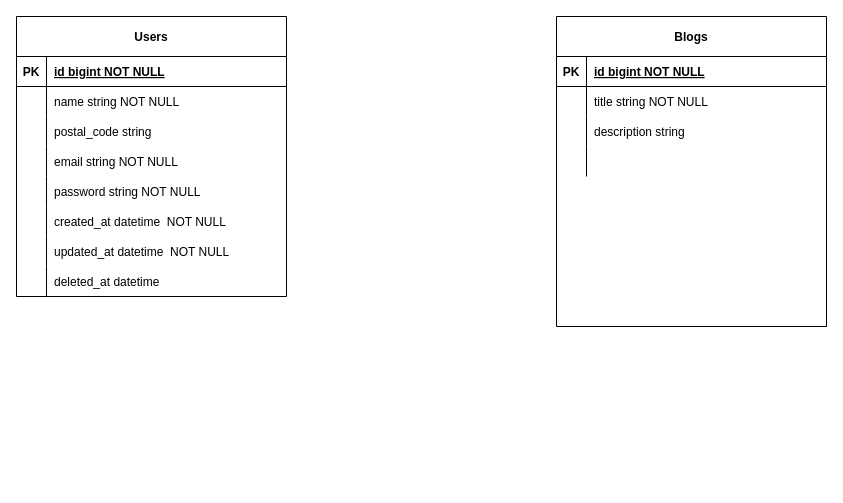
Above: docs/changeable.drawio in takeruun/changeable-blog-api (draw.io), before the change. Source tidied: cells renumbered, new cells numbered last; positions are measured from the earlier drawing's top-left corner, leaving out a move shared by most shapes. Both pictures are drawn from the tidied source at 100%, with x=0, y=0 at pixel (16, 16).
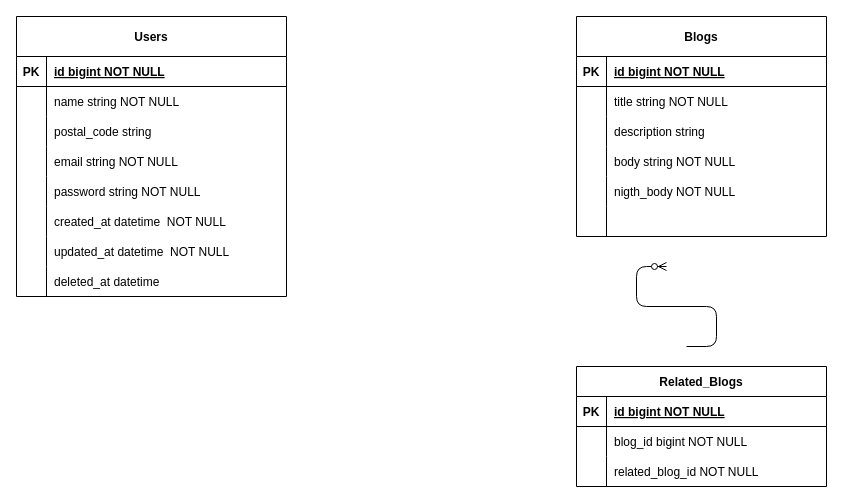
The same page after the edit.

The edit, as a diff of the source:
```diff
@@
     <mxCell id="27" value="Blogs" style="shape=table;startSize=40;childLayout=tableLayout;rowLines=0;fontStyle=1;align=center;" parent="1" vertex="1">
-      <mxGeometry x="540" width="270" height="310" as="geometry" />
+      <mxGeometry x="560" width="250" height="220" as="geometry" />
     </mxCell>
     <mxCell id="28" style="shape=partialRectangle;fillColor=none;top=0;left=0;right=0;bottom=1;" parent="27" vertex="1">
-      <mxGeometry y="40" width="270" height="30" as="geometry" />
+      <mxGeometry y="40" width="250" height="30" as="geometry" />
     </mxCell>
@@
     <mxCell id="30" value="id bigint NOT NULL " style="shape=partialRectangle;overflow=hidden;fillColor=none;top=0;left=0;bottom=0;right=0;align=left;spacingLeft=6;fontStyle=5;" parent="28" vertex="1">
-      <mxGeometry x="30" width="240" height="30" as="geometry" />
+      <mxGeometry x="30" width="220" height="30" as="geometry" />
     </mxCell>
     <mxCell id="31" style="shape=partialRectangle;fillColor=none;top=0;left=0;right=0;bottom=0;" parent="27" vertex="1">
-      <mxGeometry y="70" width="270" height="30" as="geometry" />
+      <mxGeometry y="70" width="250" height="30" as="geometry" />
     </mxCell>
@@
     <mxCell id="33" value="title string NOT NULL" style="shape=partialRectangle;overflow=hidden;fillColor=none;top=0;left=0;bottom=0;right=0;align=left;spacingLeft=6;" parent="31" vertex="1">
-      <mxGeometry x="30" width="240" height="30" as="geometry" />
+      <mxGeometry x="30" width="220" height="30" as="geometry" />
     </mxCell>
     <mxCell id="34" style="shape=partialRectangle;fillColor=none;top=0;left=0;right=0;bottom=0;" parent="27" vertex="1">
-      <mxGeometry y="100" width="270" height="30" as="geometry" />
+      <mxGeometry y="100" width="250" height="30" as="geometry" />
     </mxCell>
@@
     <mxCell id="36" value="description string" style="shape=partialRectangle;overflow=hidden;fillColor=none;top=0;left=0;bottom=0;right=0;align=left;spacingLeft=6;" parent="34" vertex="1">
-      <mxGeometry x="30" width="240" height="30" as="geometry" />
+      <mxGeometry x="30" width="220" height="30" as="geometry" />
     </mxCell>
     <mxCell id="37" style="shape=partialRectangle;fillColor=none;top=0;left=0;right=0;bottom=0;" parent="27" vertex="1">
-      <mxGeometry y="130" width="270" height="30" as="geometry" />
+      <mxGeometry y="130" width="250" height="30" as="geometry" />
     </mxCell>
@@
-    <mxCell id="39" style="shape=partialRectangle;overflow=hidden;fillColor=none;top=0;left=0;bottom=0;right=0;align=left;spacingLeft=6;" parent="37" vertex="1">
-      <mxGeometry x="30" width="240" height="30" as="geometry" />
+    <mxCell id="39" value="body string NOT NULL" style="shape=partialRectangle;overflow=hidden;fillColor=none;top=0;left=0;bottom=0;right=0;align=left;spacingLeft=6;" parent="37" vertex="1">
+      <mxGeometry x="30" width="220" height="30" as="geometry" />
     </mxCell>
+    <mxCell id="40" style="shape=partialRectangle;fillColor=none;top=0;left=0;right=0;bottom=0;" parent="27" vertex="1">
+      <mxGeometry y="160" width="250" height="30" as="geometry" />
+    </mxCell>
+    <mxCell id="41" style="shape=partialRectangle;overflow=hidden;fillColor=none;top=0;left=0;bottom=0;right=0;" parent="40" vertex="1">
+      <mxGeometry width="30" height="30" as="geometry" />
+    </mxCell>
+    <mxCell id="42" value="nigth_body NOT NULL" style="shape=partialRectangle;overflow=hidden;fillColor=none;top=0;left=0;bottom=0;right=0;align=left;spacingLeft=6;" parent="40" vertex="1">
+      <mxGeometry x="30" width="220" height="30" as="geometry" />
+    </mxCell>
+    <mxCell id="43" style="shape=partialRectangle;fillColor=none;top=0;left=0;right=0;bottom=0;" parent="27" vertex="1">
+      <mxGeometry y="190" width="250" height="30" as="geometry" />
+    </mxCell>
+    <mxCell id="44" style="shape=partialRectangle;overflow=hidden;fillColor=none;top=0;left=0;bottom=0;right=0;" parent="43" vertex="1">
+      <mxGeometry width="30" height="30" as="geometry" />
+    </mxCell>
+    <mxCell id="45" style="shape=partialRectangle;overflow=hidden;fillColor=none;top=0;left=0;bottom=0;right=0;align=left;spacingLeft=6;" parent="43" vertex="1">
+      <mxGeometry x="30" width="220" height="30" as="geometry" />
+    </mxCell>
+    <mxCell id="46" value="Related_Blogs" style="shape=table;startSize=30;childLayout=tableLayout;rowLines=0;fontStyle=1;align=center;" parent="1" vertex="1">
+      <mxGeometry x="560" y="350" width="250" height="120" as="geometry" />
+    </mxCell>
+    <mxCell id="47" style="shape=tableRow;horizontal=0;startSize=0;swimlaneHead=0;swimlaneBody=0;fillColor=none;top=0;left=0;right=0;bottom=1;" parent="46" vertex="1">
+      <mxGeometry y="30" width="250" height="30" as="geometry" />
+    </mxCell>
+    <mxCell id="48" value="PK" style="shape=partialRectangle;fillColor=none;top=0;left=0;bottom=0;right=0;fontStyle=1;overflow=hidden;" parent="47" vertex="1">
+      <mxGeometry width="30" height="30" as="geometry" />
+    </mxCell>
+    <mxCell id="49" value="id bigint NOT NULL" style="shape=partialRectangle;fillColor=none;top=0;left=0;bottom=0;right=0;align=left;spacingLeft=6;fontStyle=5;overflow=hidden;" parent="47" vertex="1">
+      <mxGeometry x="30" width="220" height="30" as="geometry" />
+    </mxCell>
+    <mxCell id="50" style="shape=tableRow;horizontal=0;startSize=0;swimlaneHead=0;swimlaneBody=0;fillColor=none;top=0;left=0;right=0;bottom=0;" parent="46" vertex="1">
+      <mxGeometry y="60" width="250" height="30" as="geometry" />
+    </mxCell>
+    <mxCell id="51" style="shape=partialRectangle;fillColor=none;top=0;left=0;bottom=0;right=0;overflow=hidden;" parent="50" vertex="1">
+      <mxGeometry width="30" height="30" as="geometry" />
+    </mxCell>
+    <mxCell id="52" value="blog_id bigint NOT NULL" style="shape=partialRectangle;fillColor=none;top=0;left=0;bottom=0;right=0;align=left;spacingLeft=6;overflow=hidden;" parent="50" vertex="1">
+      <mxGeometry x="30" width="220" height="30" as="geometry" />
+    </mxCell>
+    <mxCell id="53" style="shape=tableRow;horizontal=0;startSize=0;swimlaneHead=0;swimlaneBody=0;fillColor=none;top=0;left=0;right=0;bottom=0;" parent="46" vertex="1">
+      <mxGeometry y="90" width="250" height="30" as="geometry" />
+    </mxCell>
+    <mxCell id="54" style="shape=partialRectangle;fillColor=none;top=0;left=0;bottom=0;right=0;overflow=hidden;" parent="53" vertex="1">
+      <mxGeometry width="30" height="30" as="geometry" />
+    </mxCell>
+    <mxCell id="55" value="related_blog_id NOT NULL" style="shape=partialRectangle;fillColor=none;top=0;left=0;bottom=0;right=0;align=left;spacingLeft=6;overflow=hidden;" parent="53" vertex="1">
+      <mxGeometry x="30" width="220" height="30" as="geometry" />
+    </mxCell>
+    <mxCell id="56" style="edgeStyle=entityRelationEdgeStyle;fontSize=12;html=1;endArrow=ERzeroToMany;endFill=1;rounded=1;" parent="1" edge="1">
+      <mxGeometry relative="1" as="geometry">
+        <mxPoint x="670" y="330" as="sourcePoint" />
+        <mxPoint x="650" y="250" as="targetPoint" />
+      </mxGeometry>
+    </mxCell>
```
